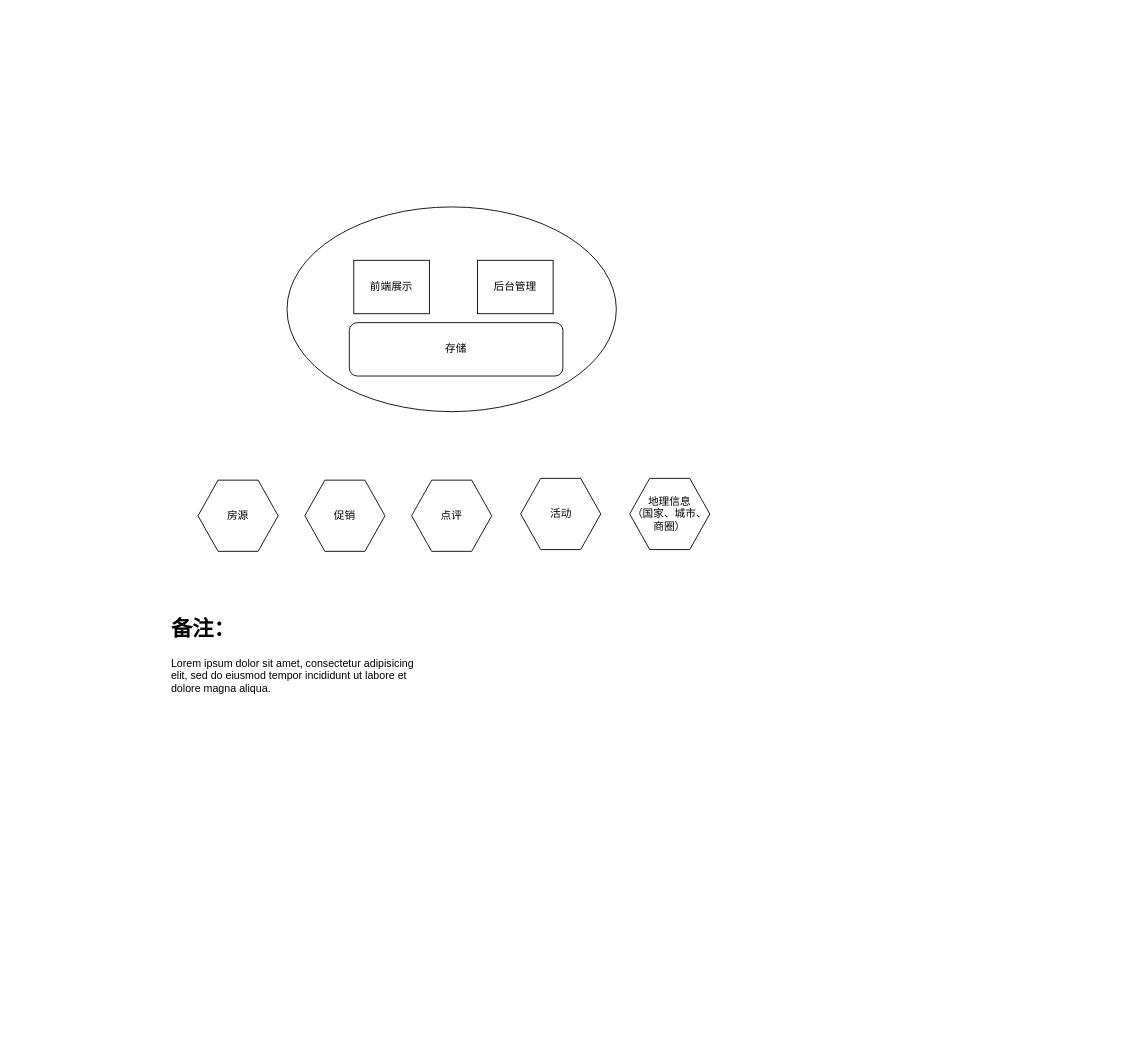
This is 通用展示.drawio from NonePro/UML, a draw.io file, before an edit. Source tidied: cells renumbered, new cells numbered last; positions are measured from the earlier drawing's top-left corner, leaving out a move shared by most shapes. Both pictures are drawn from the tidied source at 89%, with x=0, y=0 at pixel (166, 206).
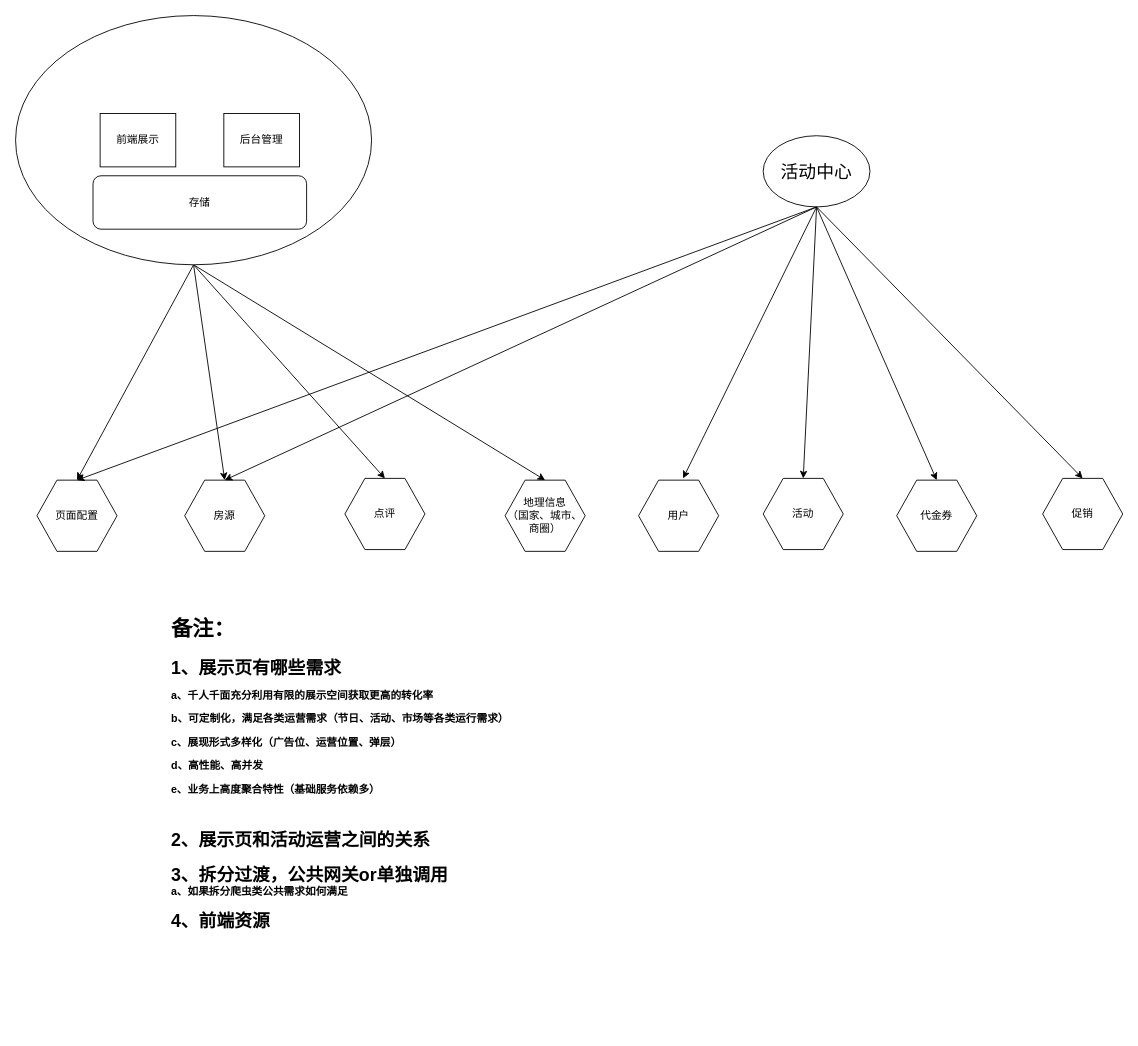
Above is the later version.

What changed in the source:
```diff
@@
-    <mxCell id="2" style="ellipse;whiteSpace=wrap;html=1;" parent="1" vertex="1">
-      <mxGeometry x="135" width="370" height="230" as="geometry" />
-    </mxCell>
     <mxCell id="3" value="房源" style="shape=hexagon;perimeter=hexagonPerimeter2;whiteSpace=wrap;html=1;" parent="1" vertex="1">
-      <mxGeometry x="35" y="307" width="90" height="80" as="geometry" />
+      <mxGeometry x="20" y="307" width="90" height="80" as="geometry" />
     </mxCell>
     <mxCell id="4" value="促销" style="shape=hexagon;perimeter=hexagonPerimeter2;whiteSpace=wrap;html=1;" parent="1" vertex="1">
-      <mxGeometry x="155" y="307" width="90" height="80" as="geometry" />
+      <mxGeometry x="984" y="305" width="90" height="80" as="geometry" />
     </mxCell>
     <mxCell id="5" value="点评" style="shape=hexagon;perimeter=hexagonPerimeter2;whiteSpace=wrap;html=1;" parent="1" vertex="1">
-      <mxGeometry x="275" y="307" width="90" height="80" as="geometry" />
+      <mxGeometry x="200" y="305" width="90" height="80" as="geometry" />
     </mxCell>
+    <mxCell id="8" value="地理信息&lt;br&gt;（国家、城市、商圈）&lt;br&gt;" style="shape=hexagon;perimeter=hexagonPerimeter2;whiteSpace=wrap;html=1;" parent="1" vertex="1">
+      <mxGeometry x="380" y="307" width="90" height="80" as="geometry" />
+    </mxCell>
+    <mxCell id="10" value="活动" style="shape=hexagon;perimeter=hexagonPerimeter2;whiteSpace=wrap;html=1;" parent="1" vertex="1">
+      <mxGeometry x="670" y="305" width="90" height="80" as="geometry" />
+    </mxCell>
+    <mxCell id="11" value="&lt;h1&gt;备注：&lt;/h1&gt;&lt;p&gt;&lt;b&gt;&lt;font style=&quot;font-size: 20px&quot;&gt;1、展示页有哪些需求&lt;/font&gt;&lt;/b&gt;&lt;/p&gt;&lt;p&gt;&lt;b&gt;a、千人千面充分利用有限的展示空间获取更高的转化率&lt;/b&gt;&lt;/p&gt;&lt;p&gt;&lt;b&gt;b、可定制化，满足各类运营需求（节日、活动、市场等各类运行需求）&lt;/b&gt;&lt;/p&gt;&lt;p&gt;&lt;b&gt;c、展现形式多样化（广告位、运营位置、弹层）&lt;/b&gt;&lt;/p&gt;&lt;p&gt;&lt;b&gt;d、高性能、高并发&lt;/b&gt;&lt;/p&gt;&lt;p&gt;&lt;b&gt;e、业务上高度聚合特性（基础服务依赖多）&lt;/b&gt;&lt;/p&gt;&lt;p&gt;&lt;br&gt;&lt;/p&gt;&lt;font&gt;&lt;b style=&quot;font-size: 20px&quot;&gt;2、展示页和活动运营之间的关系&lt;/b&gt;&lt;br&gt;&lt;br&gt;&lt;b style=&quot;font-size: 20px&quot;&gt;3、拆分过渡，公共网关or单独调用&lt;br&gt;&lt;/b&gt;&lt;b&gt;a、如果拆分爬虫类公共需求如何满足&lt;br&gt;&lt;/b&gt;&lt;br&gt;&lt;b&gt;&lt;font style=&quot;font-size: 20px&quot;&gt;4、前端资源&lt;/font&gt;&lt;/b&gt;&lt;br&gt;&lt;/font&gt;" style="text;html=1;strokeColor=none;fillColor=none;spacing=5;spacingTop=-20;whiteSpace=wrap;overflow=hidden;rounded=0;" parent="1" vertex="1">
+      <mxGeometry y="455" width="580" height="470" as="geometry" />
+    </mxCell>
+    <mxCell id="12" value="活动中心" style="ellipse;whiteSpace=wrap;html=1;fontSize=20;" parent="1" vertex="1">
+      <mxGeometry x="670" y="-80" width="120" height="80" as="geometry" />
+    </mxCell>
+    <mxCell id="13" value="代金券" style="shape=hexagon;perimeter=hexagonPerimeter2;whiteSpace=wrap;html=1;" parent="1" vertex="1">
+      <mxGeometry x="820" y="307" width="90" height="80" as="geometry" />
+    </mxCell>
+    <mxCell id="14" value="用户" style="shape=hexagon;perimeter=hexagonPerimeter2;whiteSpace=wrap;html=1;" parent="1" vertex="1">
+      <mxGeometry x="530" y="307" width="90" height="80" as="geometry" />
+    </mxCell>
+    <mxCell id="15" style="endArrow=classic;html=1;fontSize=20;exitX=0.5;exitY=1;exitDx=0;exitDy=0;" parent="1" edge="1" source="12">
+      <mxGeometry relative="1" as="geometry">
+        <mxPoint x="580" y="305" as="targetPoint" />
+      </mxGeometry>
+    </mxCell>
+    <mxCell id="16" style="endArrow=classic;html=1;fontSize=20;entryX=0.5;entryY=0;entryDx=0;entryDy=0;exitX=0.5;exitY=1;exitDx=0;exitDy=0;" parent="1" edge="1" source="12" target="10">
+      <mxGeometry relative="1" as="geometry" />
+    </mxCell>
+    <mxCell id="17" style="endArrow=classic;html=1;fontSize=20;entryX=0.5;entryY=0;entryDx=0;entryDy=0;exitX=0.5;exitY=1;exitDx=0;exitDy=0;" parent="1" edge="1" source="12" target="13">
+      <mxGeometry relative="1" as="geometry" />
+    </mxCell>
+    <mxCell id="18" style="endArrow=classic;html=1;fontSize=20;entryX=0.5;entryY=0;entryDx=0;entryDy=0;exitX=0.5;exitY=1;exitDx=0;exitDy=0;" parent="1" edge="1" source="12" target="3">
+      <mxGeometry relative="1" as="geometry" />
+    </mxCell>
+    <mxCell id="19" style="endArrow=classic;html=1;fontSize=20;entryX=0.5;entryY=0;entryDx=0;entryDy=0;exitX=0.5;exitY=1;exitDx=0;exitDy=0;" parent="1" edge="1" source="12" target="4">
+      <mxGeometry relative="1" as="geometry" />
+    </mxCell>
+    <mxCell id="20" value="页面配置" style="shape=hexagon;perimeter=hexagonPerimeter2;whiteSpace=wrap;html=1;" parent="1" vertex="1">
+      <mxGeometry x="-146" y="307" width="90" height="80" as="geometry" />
+    </mxCell>
+    <mxCell id="21" style="endArrow=classic;html=1;fontSize=20;exitX=0.5;exitY=1;exitDx=0;exitDy=0;entryX=0.5;entryY=0;entryDx=0;entryDy=0;" parent="1" edge="1" source="2" target="20">
+      <mxGeometry relative="1" as="geometry" />
+    </mxCell>
+    <mxCell id="22" style="endArrow=classic;html=1;fontSize=20;entryX=0.5;entryY=0;entryDx=0;entryDy=0;exitX=0.5;exitY=1;exitDx=0;exitDy=0;" parent="1" edge="1" source="2" target="3">
+      <mxGeometry relative="1" as="geometry" />
+    </mxCell>
+    <mxCell id="23" style="endArrow=classic;html=1;fontSize=20;entryX=0.5;entryY=0;entryDx=0;entryDy=0;exitX=0.5;exitY=1;exitDx=0;exitDy=0;" parent="1" edge="1" source="2" target="5">
+      <mxGeometry relative="1" as="geometry" />
+    </mxCell>
+    <mxCell id="24" style="endArrow=classic;html=1;fontSize=20;entryX=0.5;entryY=0;entryDx=0;entryDy=0;exitX=0.5;exitY=1;exitDx=0;exitDy=0;" parent="1" edge="1" source="2" target="8">
+      <mxGeometry relative="1" as="geometry" />
+    </mxCell>
+    <mxCell id="25" style="endArrow=classic;html=1;fontSize=20;entryX=0.5;entryY=0;entryDx=0;entryDy=0;exitX=0.5;exitY=1;exitDx=0;exitDy=0;" parent="1" edge="1" source="12" target="20">
+      <mxGeometry relative="1" as="geometry" />
+    </mxCell>
+    <mxCell id="2" style="ellipse;whiteSpace=wrap;html=1;" parent="1" vertex="1">
+      <mxGeometry x="-170" y="-215" width="400" height="280" as="geometry" />
+    </mxCell>
     <mxCell id="6" value="前端展示" style="rounded=0;whiteSpace=wrap;html=1;" parent="1" vertex="1">
-      <mxGeometry x="210" y="60" width="85" height="60" as="geometry" />
+      <mxGeometry x="-75" y="-105" width="85" height="60" as="geometry" />
     </mxCell>
     <mxCell id="7" value="后台管理" style="rounded=0;whiteSpace=wrap;html=1;" parent="1" vertex="1">
-      <mxGeometry x="349" y="60" width="85" height="60" as="geometry" />
+      <mxGeometry x="64" y="-105" width="85" height="60" as="geometry" />
     </mxCell>
-    <mxCell id="8" value="地理信息&lt;br&gt;（国家、城市、商圈）&lt;br&gt;" style="shape=hexagon;perimeter=hexagonPerimeter2;whiteSpace=wrap;html=1;" parent="1" vertex="1">
-      <mxGeometry x="520" y="305" width="90" height="80" as="geometry" />
-    </mxCell>
     <mxCell id="9" value="存储" style="rounded=1;whiteSpace=wrap;html=1;" parent="1" vertex="1">
-      <mxGeometry x="205" y="130" width="240" height="60" as="geometry" />
+      <mxGeometry x="-83" y="-35" width="240" height="60" as="geometry" />
     </mxCell>
-    <mxCell id="10" value="活动" style="shape=hexagon;perimeter=hexagonPerimeter2;whiteSpace=wrap;html=1;" parent="1" vertex="1">
-      <mxGeometry x="397.5" y="305" width="90" height="80" as="geometry" />
-    </mxCell>
-    <mxCell id="11" value="&lt;h1&gt;备注：&lt;/h1&gt;&lt;p&gt;Lorem ipsum dolor sit amet, consectetur adipisicing elit, sed do eiusmod tempor incididunt ut labore et dolore magna aliqua.&lt;/p&gt;" style="text;html=1;strokeColor=none;fillColor=none;spacing=5;spacingTop=-20;whiteSpace=wrap;overflow=hidden;rounded=0;" parent="1" vertex="1">
-      <mxGeometry y="455" width="290" height="140" as="geometry" />
-    </mxCell>
```
